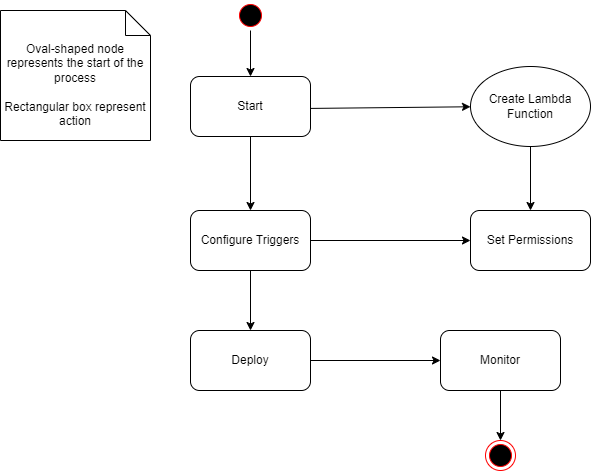
Earlier version of the draw.io export AWS Lambda Activity Diagram.drawio.png (coderTechJordan/Networking). Source tidied: cells renumbered, new cells last; positions are measured from the earlier drawing's top-left corner, leaving out a move shared by most shapes.
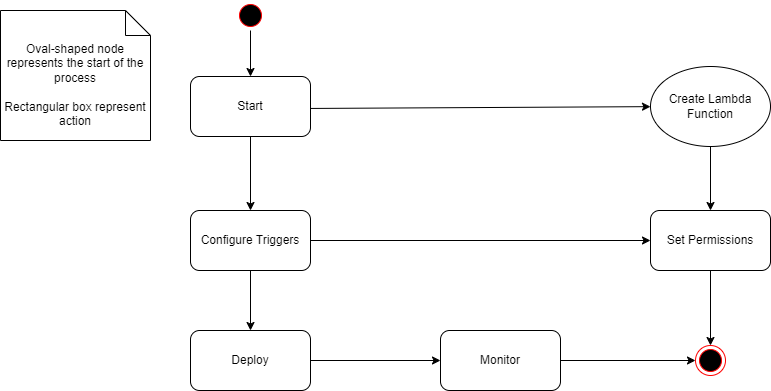
After the change.

Diff of the diagram source:
```diff
@@ -15,7 +15,7 @@
       <mxGeometry relative="1" as="geometry" />
     </mxCell>
     <mxCell id="6" value="Set Permissions" style="rounded=1;whiteSpace=wrap;html=1;" parent="1" vertex="1">
-      <mxGeometry x="470" y="210" width="120" height="60" as="geometry" />
+      <mxGeometry x="650" y="210" width="120" height="60" as="geometry" />
     </mxCell>
     <mxCell id="7" style="endArrow=classic;html=1;rounded=0;exitX=1;exitY=0.5;exitDx=0;exitDy=0;entryX=0;entryY=0.5;entryDx=0;entryDy=0;" parent="1" edge="1" source="17" target="6">
       <mxGeometry relative="1" as="geometry" />
@@ -36,16 +36,16 @@
       <mxGeometry relative="1" as="geometry" />
     </mxCell>
     <mxCell id="13" style="ellipse;shape=endState;fillColor=#000000;strokeColor=#ff0000;" parent="1" vertex="1">
-      <mxGeometry x="485" y="440" width="30" height="30" as="geometry" />
+      <mxGeometry x="695" y="345" width="30" height="30" as="geometry" />
     </mxCell>
-    <mxCell id="14" style="endArrow=classic;html=1;rounded=0;exitX=0.5;exitY=1;exitDx=0;exitDy=0;entryX=0.5;entryY=0;entryDx=0;entryDy=0;" parent="1" edge="1" source="11" target="13">
+    <mxCell id="14" style="endArrow=classic;html=1;rounded=0;exitX=1;exitY=0.5;exitDx=0;exitDy=0;entryX=0;entryY=0.5;entryDx=0;entryDy=0;" parent="1" edge="1" source="11" target="13">
       <mxGeometry relative="1" as="geometry" />
     </mxCell>
     <mxCell id="15" style="endArrow=classic;html=1;rounded=0;exitX=0.5;exitY=1;exitDx=0;exitDy=0;" parent="1" edge="1" source="2" target="8">
       <mxGeometry relative="1" as="geometry" />
     </mxCell>
     <mxCell id="16" value="Create Lambda Function" style="ellipse;whiteSpace=wrap;html=1;" parent="1" vertex="1">
-      <mxGeometry x="470" y="66" width="120" height="80" as="geometry" />
+      <mxGeometry x="650" y="66" width="120" height="80" as="geometry" />
     </mxCell>
     <mxCell id="17" value="Configure Triggers" style="rounded=1;whiteSpace=wrap;html=1;" parent="1" vertex="1">
       <mxGeometry x="190" y="210" width="120" height="60" as="geometry" />
@@ -53,5 +53,8 @@
     <mxCell id="18" style="endArrow=classic;html=1;rounded=0;exitX=0.5;exitY=1;exitDx=0;exitDy=0;entryX=0.5;entryY=0;entryDx=0;entryDy=0;" parent="1" edge="1" source="16" target="6">
       <mxGeometry relative="1" as="geometry" />
     </mxCell>
+    <mxCell id="19" style="endArrow=classic;html=1;rounded=0;exitX=0.5;exitY=1;exitDx=0;exitDy=0;entryX=0.5;entryY=0;entryDx=0;entryDy=0;" parent="1" edge="1" source="6" target="13">
+      <mxGeometry relative="1" as="geometry" />
+    </mxCell>
   </root>
 </mxGraphModel>
```
